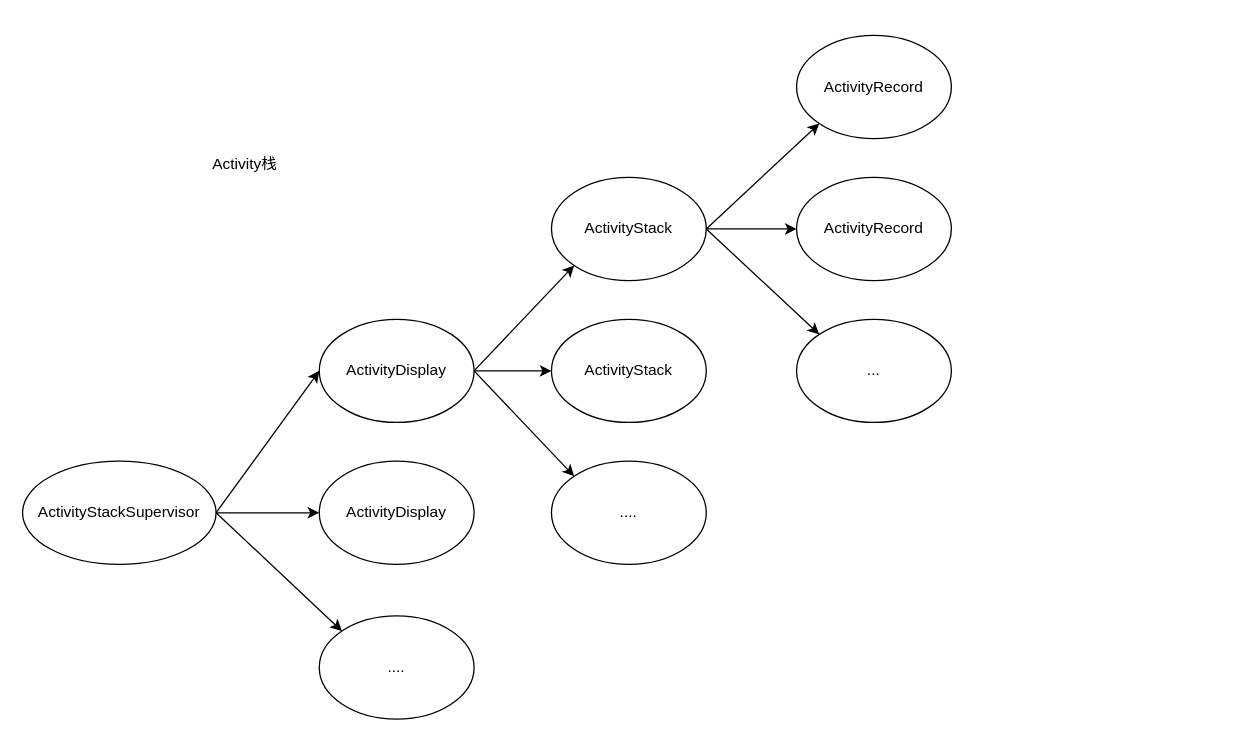
initLiu/drawio keeps this draw.io diagram as AMS.drawio. Above is the earlier version. Source tidied: cells renumbered, new cells numbered last; positions are measured from the earlier drawing's top-left corner, leaving out a move shared by most shapes. Both pictures are drawn from the tidied source at 129%, with x=0, y=0 at pixel (22, 35).
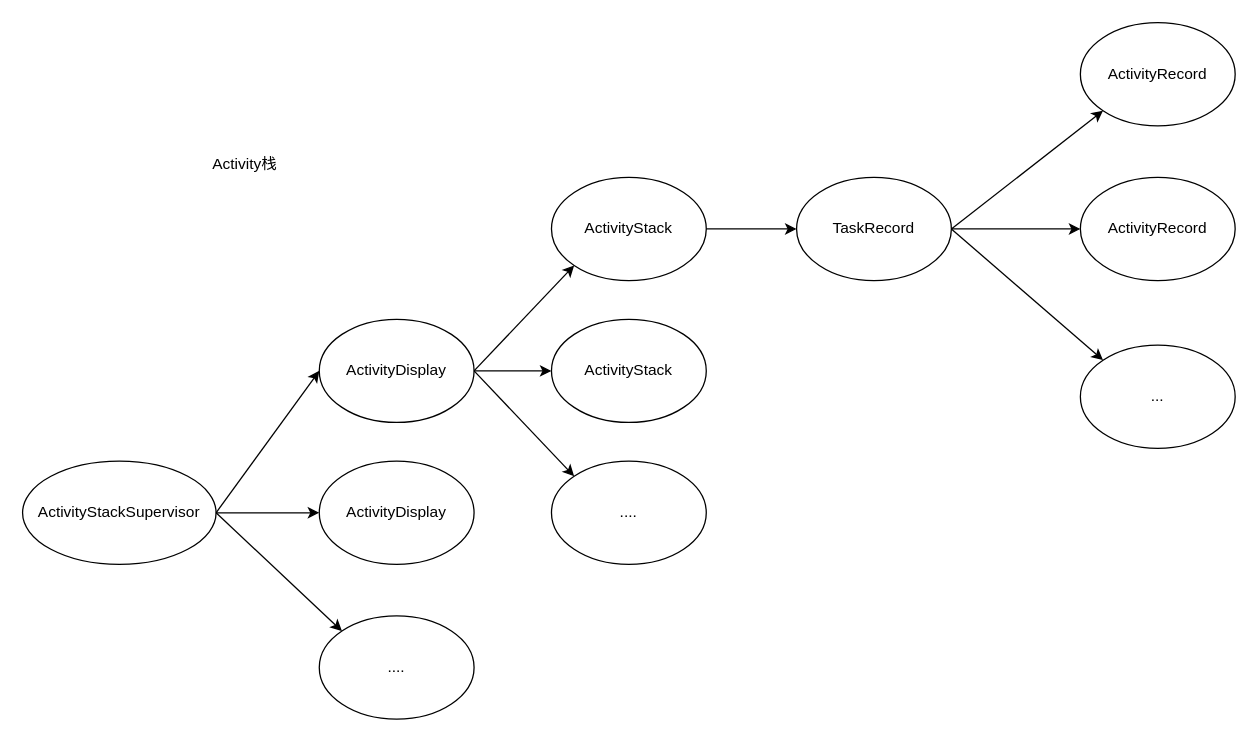
After the change.

Unchanged cells that the change refers to:
```xml
<mxCell id="6" value="ActivityStack" style="ellipse;whiteSpace=wrap;html=1;" parent="1" vertex="1">
  <mxGeometry x="410" y="110" width="120" height="80" as="geometry" />
</mxCell>
```

The edit, as a diff of the source:
```diff
@@
     <mxCell id="7" value="ActivityRecord" style="ellipse;whiteSpace=wrap;html=1;" parent="1" vertex="1">
-      <mxGeometry x="600" width="120" height="80" as="geometry" />
+      <mxGeometry x="820" y="-10" width="120" height="80" as="geometry" />
     </mxCell>
@@
     <mxCell id="10" value="ActivityRecord" style="ellipse;whiteSpace=wrap;html=1;" parent="1" vertex="1">
-      <mxGeometry x="600" y="110" width="120" height="80" as="geometry" />
+      <mxGeometry x="820" y="110" width="120" height="80" as="geometry" />
     </mxCell>
     <mxCell id="11" value="..." style="ellipse;whiteSpace=wrap;html=1;" parent="1" vertex="1">
-      <mxGeometry x="600" y="220" width="120" height="80" as="geometry" />
+      <mxGeometry x="820" y="240" width="120" height="80" as="geometry" />
     </mxCell>
@@
-    <mxCell id="15" style="endArrow=classic;html=1;exitX=1;exitY=0.5;exitDx=0;exitDy=0;entryX=0;entryY=1;entryDx=0;entryDy=0;" parent="1" edge="1" source="6" target="7">
+    <mxCell id="15" style="endArrow=classic;html=1;entryX=0;entryY=1;entryDx=0;entryDy=0;exitX=1;exitY=0.5;exitDx=0;exitDy=0;" parent="1" edge="1" source="22" target="7">
       <mxGeometry relative="1" as="geometry" />
     </mxCell>
-    <mxCell id="16" style="endArrow=classic;html=1;exitX=1;exitY=0.5;exitDx=0;exitDy=0;entryX=0;entryY=0.5;entryDx=0;entryDy=0;" parent="1" edge="1" source="6" target="10">
+    <mxCell id="16" style="endArrow=classic;html=1;entryX=0;entryY=0.5;entryDx=0;entryDy=0;exitX=1;exitY=0.5;exitDx=0;exitDy=0;" parent="1" edge="1" source="22" target="10">
       <mxGeometry relative="1" as="geometry" />
     </mxCell>
-    <mxCell id="17" style="endArrow=classic;html=1;exitX=1;exitY=0.5;exitDx=0;exitDy=0;entryX=0;entryY=0;entryDx=0;entryDy=0;" parent="1" edge="1" source="6" target="11">
+    <mxCell id="17" style="endArrow=classic;html=1;entryX=0;entryY=0;entryDx=0;entryDy=0;exitX=1;exitY=0.5;exitDx=0;exitDy=0;" parent="1" edge="1" source="22" target="11">
       <mxGeometry relative="1" as="geometry" />
     </mxCell>
@@
+    <mxCell id="22" value="TaskRecord" style="ellipse;whiteSpace=wrap;html=1;" parent="1" vertex="1">
+      <mxGeometry x="600" y="110" width="120" height="80" as="geometry" />
+    </mxCell>
+    <mxCell id="23" style="endArrow=classic;html=1;exitX=1;exitY=0.5;exitDx=0;exitDy=0;entryX=0;entryY=0.5;entryDx=0;entryDy=0;" parent="1" edge="1" source="6" target="22">
+      <mxGeometry relative="1" as="geometry" />
+    </mxCell>
```
